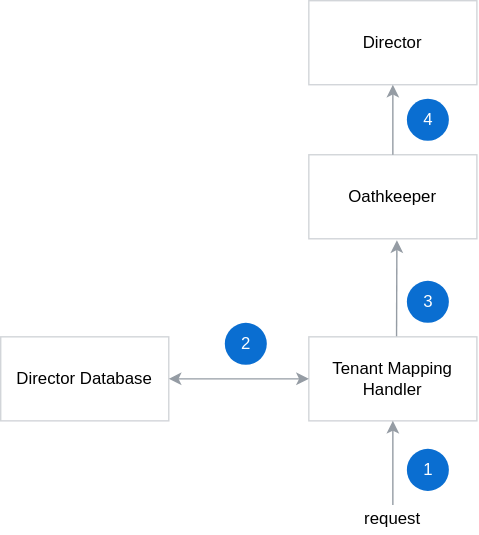
This is docs/director/assets/tenant-mapping.svg from kyma-incubator/compass, a draw.io export, as it was before one commit. Source tidied: cells renumbered, new cells last; positions are measured from the earlier drawing's top-left corner, leaving out a move shared by most shapes.
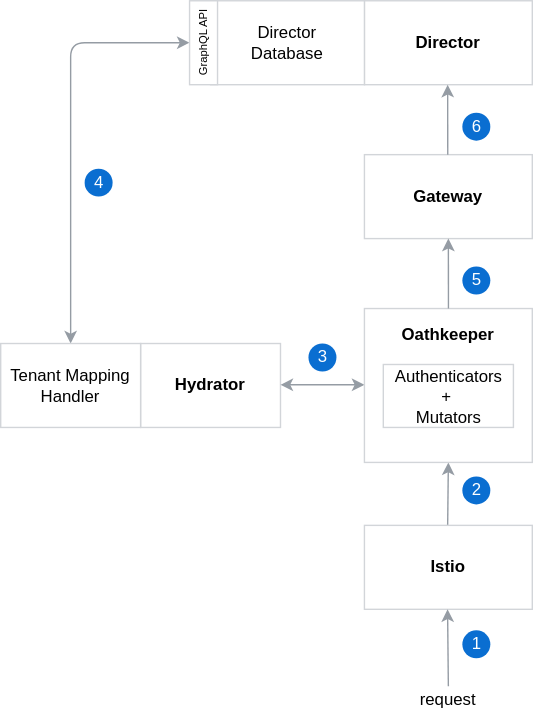
Later version of the same file.

Diff of the diagram source:
```diff
@@ -2,46 +2,102 @@
   <root>
     <mxCell id="0" />
     <mxCell id="1" parent="0" />
+    <mxCell id="15" style="endArrow=classic;html=1;strokeColor=#959CA4;" parent="1" edge="1">
+      <mxGeometry relative="1" as="geometry">
+        <mxPoint x="919.5" y="615" as="sourcePoint" />
+        <mxPoint x="920" y="570" as="targetPoint" />
+      </mxGeometry>
+    </mxCell>
+    <mxCell id="16" value="&lt;b&gt;Hydrator&lt;/b&gt;" style="rounded=0;whiteSpace=wrap;html=1;strokeColor=#D2D5D9;" parent="1" vertex="1">
+      <mxGeometry x="700" y="485" width="100" height="60" as="geometry" />
+    </mxCell>
+    <mxCell id="17" style="endArrow=classic;startArrow=classic;html=1;entryX=0;entryY=0.5;entryDx=0;entryDy=0;strokeColor=#959CA4;" parent="1" edge="1">
+      <mxGeometry relative="1" as="geometry">
+        <mxPoint x="800" y="514.5" as="sourcePoint" />
+        <mxPoint x="860" y="514.5" as="targetPoint" />
+      </mxGeometry>
+    </mxCell>
+    <mxCell id="7" value="&lt;font style=&quot;font-size: 12px&quot;&gt;1&lt;/font&gt;" style="verticalLabelPosition=middle;verticalAlign=middle;html=1;strokeWidth=2;shape=mxgraph.flowchart.on-page_reference;fillColor=#0A6ED1;strokeColor=none;fontFamily=Helvetica;labelPosition=center;align=center;fontColor=#FFFFFF;" parent="1" vertex="1">
+      <mxGeometry x="930" y="690" width="20" height="20" as="geometry" />
+    </mxCell>
+    <mxCell id="9" value="3" style="verticalLabelPosition=middle;verticalAlign=middle;html=1;strokeWidth=2;shape=mxgraph.flowchart.on-page_reference;fillColor=#0A6ED1;strokeColor=none;fontFamily=Helvetica;labelPosition=center;align=center;fontColor=#FFFFFF;" parent="1" vertex="1">
+      <mxGeometry x="820" y="485" width="20" height="20" as="geometry" />
+    </mxCell>
+    <mxCell id="11" value="request" style="text;html=1;strokeColor=none;fillColor=none;align=center;verticalAlign=middle;whiteSpace=wrap;rounded=0;" parent="1" vertex="1">
+      <mxGeometry x="900" y="730" width="40" height="20" as="geometry" />
+    </mxCell>
-    <mxCell id="2" value="Director" style="rounded=0;whiteSpace=wrap;html=1;strokeColor=#D2D5D9;" parent="1" vertex="1">
-      <mxGeometry x="220" width="120" height="60" as="geometry" />
+    <mxCell id="2" value="&lt;b&gt;Director&lt;/b&gt;" style="rounded=0;whiteSpace=wrap;html=1;strokeColor=#D2D5D9;" parent="1" vertex="1">
+      <mxGeometry x="860" y="240" width="120" height="60" as="geometry" />
     </mxCell>
+    <mxCell id="18" value="&lt;b&gt;Istio&lt;/b&gt;" style="rounded=0;whiteSpace=wrap;html=1;strokeColor=#D2D5D9;" parent="1" vertex="1">
+      <mxGeometry x="860" y="615" width="120" height="60" as="geometry" />
+    </mxCell>
+    <mxCell id="19" style="endArrow=classic;html=1;entryX=0.5;entryY=1;entryDx=0;entryDy=0;strokeColor=#959CA4;exitX=0.5;exitY=0;exitDx=0;exitDy=0;" parent="1" edge="1" source="11">
+      <mxGeometry relative="1" as="geometry">
+        <mxPoint x="919.4" y="675" as="targetPoint" />
+      </mxGeometry>
+    </mxCell>
+    <mxCell id="8" value="2" style="verticalLabelPosition=middle;verticalAlign=middle;html=1;strokeWidth=2;shape=mxgraph.flowchart.on-page_reference;fillColor=#0A6ED1;strokeColor=none;fontFamily=Helvetica;labelPosition=center;align=center;fontColor=#FFFFFF;" parent="1" vertex="1">
+      <mxGeometry x="930" y="580" width="20" height="20" as="geometry" />
+    </mxCell>
+    <mxCell id="20" style="group;" parent="1" vertex="1">
+      <mxGeometry x="860" y="460" width="120" height="110" as="geometry" />
+    </mxCell>
+    <mxCell id="21" style="rounded=0;whiteSpace=wrap;html=1;strokeColor=#D2D5D9;" parent="20" vertex="1">
+      <mxGeometry width="120" height="110" as="geometry" />
+    </mxCell>
+    <mxCell id="12" value="&lt;span style=&quot;text-align: center&quot;&gt;Oathkeeper&lt;/span&gt;" style="text;html=1;fontStyle=1;" parent="20" vertex="1">
+      <mxGeometry x="25" y="5" width="70" height="30" as="geometry" />
+    </mxCell>
+    <mxCell id="22" value="Authenticators &lt;br&gt;+&amp;nbsp;&lt;br&gt;Mutators" style="rounded=0;whiteSpace=wrap;html=1;strokeColor=#D2D5D9;" parent="20" vertex="1">
+      <mxGeometry x="13.5" y="40" width="93" height="45" as="geometry" />
+    </mxCell>
+    <mxCell id="23" style="endArrow=classic;startArrow=classic;html=1;entryX=0.5;entryY=0;entryDx=0;entryDy=0;strokeColor=#959CA4;" parent="1" edge="1" target="3">
+      <mxGeometry relative="1" as="geometry">
+        <mxPoint x="735" y="270" as="sourcePoint" />
+        <Array as="points">
+          <mxPoint x="650" y="270" />
+        </Array>
+      </mxGeometry>
+    </mxCell>
+    <mxCell id="24" value="&lt;b&gt;Gateway&lt;/b&gt;" style="rounded=0;whiteSpace=wrap;html=1;strokeColor=#D2D5D9;" parent="1" vertex="1">
+      <mxGeometry x="860" y="350" width="120" height="60" as="geometry" />
+    </mxCell>
+    <mxCell id="25" style="endArrow=classic;html=1;strokeColor=#959CA4;exitX=0.5;exitY=0;exitDx=0;exitDy=0;" parent="1" edge="1">
+      <mxGeometry relative="1" as="geometry">
+        <mxPoint x="920.1" y="460" as="sourcePoint" />
+        <mxPoint x="920" y="410" as="targetPoint" />
+      </mxGeometry>
+    </mxCell>
+    <mxCell id="26" value="5" style="verticalLabelPosition=middle;verticalAlign=middle;html=1;strokeWidth=2;shape=mxgraph.flowchart.on-page_reference;fillColor=#0A6ED1;strokeColor=none;fontFamily=Helvetica;labelPosition=center;align=center;fontColor=#FFFFFF;" parent="1" vertex="1">
+      <mxGeometry x="930" y="430" width="20" height="20" as="geometry" />
+    </mxCell>
+    <mxCell id="27" style="endArrow=classic;html=1;strokeColor=#959CA4;exitX=0.5;exitY=0;exitDx=0;exitDy=0;" parent="1" edge="1">
+      <mxGeometry relative="1" as="geometry">
+        <mxPoint x="919.6" y="350" as="sourcePoint" />
+        <mxPoint x="919.5" y="300" as="targetPoint" />
+      </mxGeometry>
+    </mxCell>
+    <mxCell id="28" value="6" style="verticalLabelPosition=middle;verticalAlign=middle;html=1;strokeWidth=2;shape=mxgraph.flowchart.on-page_reference;fillColor=#0A6ED1;strokeColor=none;fontFamily=Helvetica;labelPosition=center;align=center;fontColor=#FFFFFF;" parent="1" vertex="1">
+      <mxGeometry x="930" y="320" width="20" height="20" as="geometry" />
+    </mxCell>
+    <mxCell id="5" value="Director&lt;br&gt;Database" style="rounded=0;whiteSpace=wrap;html=1;strokeColor=#D2D5D9;" parent="1" vertex="1">
+      <mxGeometry x="750" y="240" width="110" height="60" as="geometry" />
+    </mxCell>
+    <mxCell id="10" value="4" style="verticalLabelPosition=middle;verticalAlign=middle;html=1;strokeWidth=2;shape=mxgraph.flowchart.on-page_reference;fillColor=#0A6ED1;strokeColor=none;fontFamily=Helvetica;labelPosition=center;align=center;fontColor=#FFFFFF;" parent="1" vertex="1">
+      <mxGeometry x="660" y="360" width="20" height="20" as="geometry" />
+    </mxCell>
     <mxCell id="3" value="Tenant Mapping Handler" style="rounded=0;whiteSpace=wrap;html=1;strokeColor=#D2D5D9;" parent="1" vertex="1">
-      <mxGeometry x="220" y="240" width="120" height="60" as="geometry" />
+      <mxGeometry x="600" y="485" width="100" height="60" as="geometry" />
     </mxCell>
-    <mxCell id="4" style="endArrow=classic;html=1;entryX=0.5;entryY=1;entryDx=0;entryDy=0;strokeColor=#959CA4;" parent="1" edge="1" target="3">
-      <mxGeometry relative="1" as="geometry">
-        <mxPoint x="280" y="360" as="sourcePoint" />
-      </mxGeometry>
-    </mxCell>
-    <mxCell id="5" value="Director Database" style="rounded=0;whiteSpace=wrap;html=1;strokeColor=#D2D5D9;" parent="1" vertex="1">
-      <mxGeometry y="240" width="120" height="60" as="geometry" />
-    </mxCell>
-    <mxCell id="6" style="endArrow=classic;startArrow=classic;html=1;exitX=1;exitY=0.5;exitDx=0;exitDy=0;entryX=0;entryY=0.5;entryDx=0;entryDy=0;strokeColor=#959CA4;" parent="1" edge="1" source="5" target="3">
-      <mxGeometry relative="1" as="geometry" />
-    </mxCell>
-    <mxCell id="7" value="1" style="verticalLabelPosition=middle;verticalAlign=middle;html=1;strokeWidth=2;shape=mxgraph.flowchart.on-page_reference;fillColor=#0A6ED1;strokeColor=none;fontFamily=Helvetica;labelPosition=center;align=center;fontColor=#FFFFFF;" parent="1" vertex="1">
-      <mxGeometry x="290" y="320" width="30" height="30" as="geometry" />
-    </mxCell>
-    <mxCell id="8" value="2" style="verticalLabelPosition=middle;verticalAlign=middle;html=1;strokeWidth=2;shape=mxgraph.flowchart.on-page_reference;fillColor=#0A6ED1;strokeColor=none;fontFamily=Helvetica;labelPosition=center;align=center;fontColor=#FFFFFF;" parent="1" vertex="1">
-      <mxGeometry x="160" y="230" width="30" height="30" as="geometry" />
-    </mxCell>
-    <mxCell id="9" value="3" style="verticalLabelPosition=middle;verticalAlign=middle;html=1;strokeWidth=2;shape=mxgraph.flowchart.on-page_reference;fillColor=#0A6ED1;strokeColor=none;fontFamily=Helvetica;labelPosition=center;align=center;fontColor=#FFFFFF;" parent="1" vertex="1">
-      <mxGeometry x="290" y="200" width="30" height="30" as="geometry" />
-    </mxCell>
-    <mxCell id="10" value="4" style="verticalLabelPosition=middle;verticalAlign=middle;html=1;strokeWidth=2;shape=mxgraph.flowchart.on-page_reference;fillColor=#0A6ED1;strokeColor=none;fontFamily=Helvetica;labelPosition=center;align=center;fontColor=#FFFFFF;" parent="1" vertex="1">
-      <mxGeometry x="290" y="70" width="30" height="30" as="geometry" />
-    </mxCell>
-    <mxCell id="11" value="request" style="text;html=1;strokeColor=none;fillColor=none;align=center;verticalAlign=middle;whiteSpace=wrap;rounded=0;" parent="1" vertex="1">
-      <mxGeometry x="260" y="360" width="40" height="20" as="geometry" />
-    </mxCell>
-    <mxCell id="12" value="Oathkeeper" style="rounded=0;whiteSpace=wrap;html=1;strokeColor=#D2D5D9;" parent="1" vertex="1">
-      <mxGeometry x="220" y="110" width="120" height="60" as="geometry" />
-    </mxCell>
-    <mxCell id="13" style="endArrow=classic;html=1;entryX=0.5;entryY=1;entryDx=0;entryDy=0;strokeColor=#959CA4;exitX=0.5;exitY=0;exitDx=0;exitDy=0;" parent="1" edge="1" source="12" target="2">
-      <mxGeometry relative="1" as="geometry" />
-    </mxCell>
-    <mxCell id="14" style="endArrow=classic;html=1;entryX=0.524;entryY=1.017;entryDx=0;entryDy=0;exitX=0.522;exitY=-0.006;exitDx=0;exitDy=0;exitPerimeter=0;entryPerimeter=0;strokeColor=#959CA4;" parent="1" edge="1" source="3" target="12">
-      <mxGeometry relative="1" as="geometry" />
-    </mxCell>
+    <mxCell id="29" style="group;" parent="1" vertex="1">
+      <mxGeometry x="730" y="240" width="30" height="60" as="geometry" />
+    </mxCell>
+    <mxCell id="30" style="rounded=0;whiteSpace=wrap;html=1;strokeColor=#D2D5D9;" parent="29" vertex="1">
+      <mxGeometry x="5" width="20" height="60" as="geometry" />
+    </mxCell>
+    <mxCell id="31" value="&lt;font style=&quot;font-size: 8px&quot;&gt;GraphQL API&lt;/font&gt;" style="text;html=1;strokeColor=none;fillColor=none;align=center;verticalAlign=middle;whiteSpace=wrap;rounded=0;fontSize=9;rotation=-90;" parent="29" vertex="1">
+      <mxGeometry x="-15" y="15" width="60" height="30" as="geometry" />
+    </mxCell>
   </root>
 </mxGraphModel>
```
